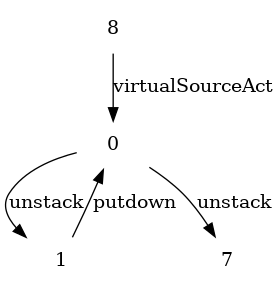
This is PRP_planner-for-relevant-policies/solutionsByPRP/fond_blocks_clear.png from Tridu33/SAVG, a Graphviz export, as it was before one commit. Its source is kept beside it as PRP_planner-for-relevant-policies/solutionsByPRP/fond_blocks_clear.dot. Source of this version:
```dot
digraph G {
    node [shape=plaintext]
0->1[label = "unstack"]
0->7[label = "unstack"]

8->0[label = "virtualSourceAct"]

1->0[label = "putdown"]

}
```
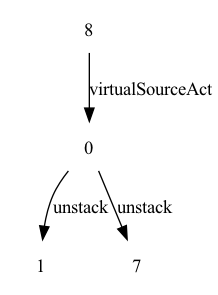
The same diagram one commit later.

Change to the diagram source:
```diff
@@ -5,6 +5,4 @@
 
 8->0[label = "virtualSourceAct"]
 
-1->0[label = "putdown"]
-
 }
```
